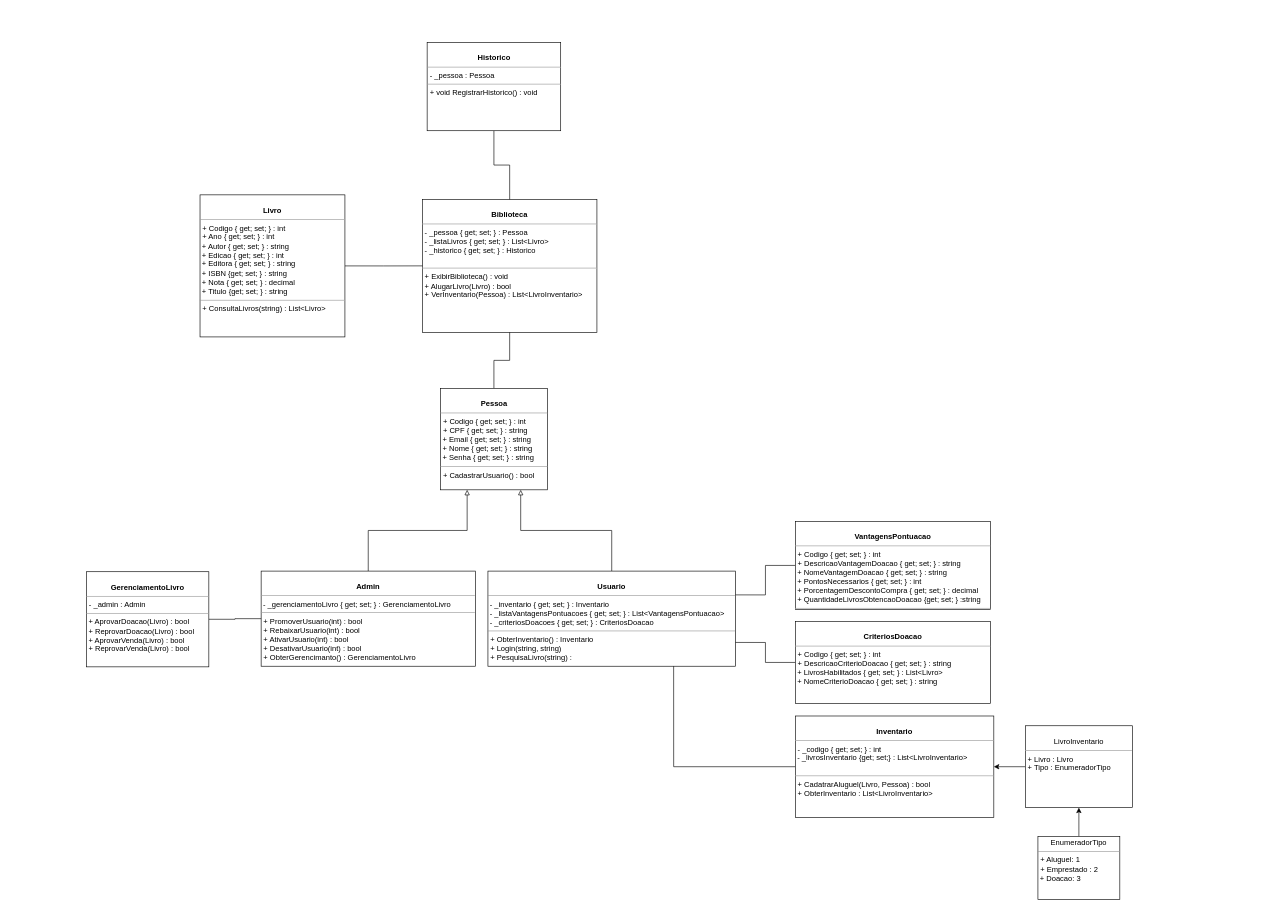
Before: novoDiagramaClasse.drawio in lucaspercisi/UFFS, a draw.io diagram. Source tidied: cells renumbered, new cells numbered last; positions are measured from the earlier drawing's top-left corner, leaving out a move shared by most shapes. Both pictures are drawn from the tidied source at 63%, with x=0, y=0 at pixel (86, 42).
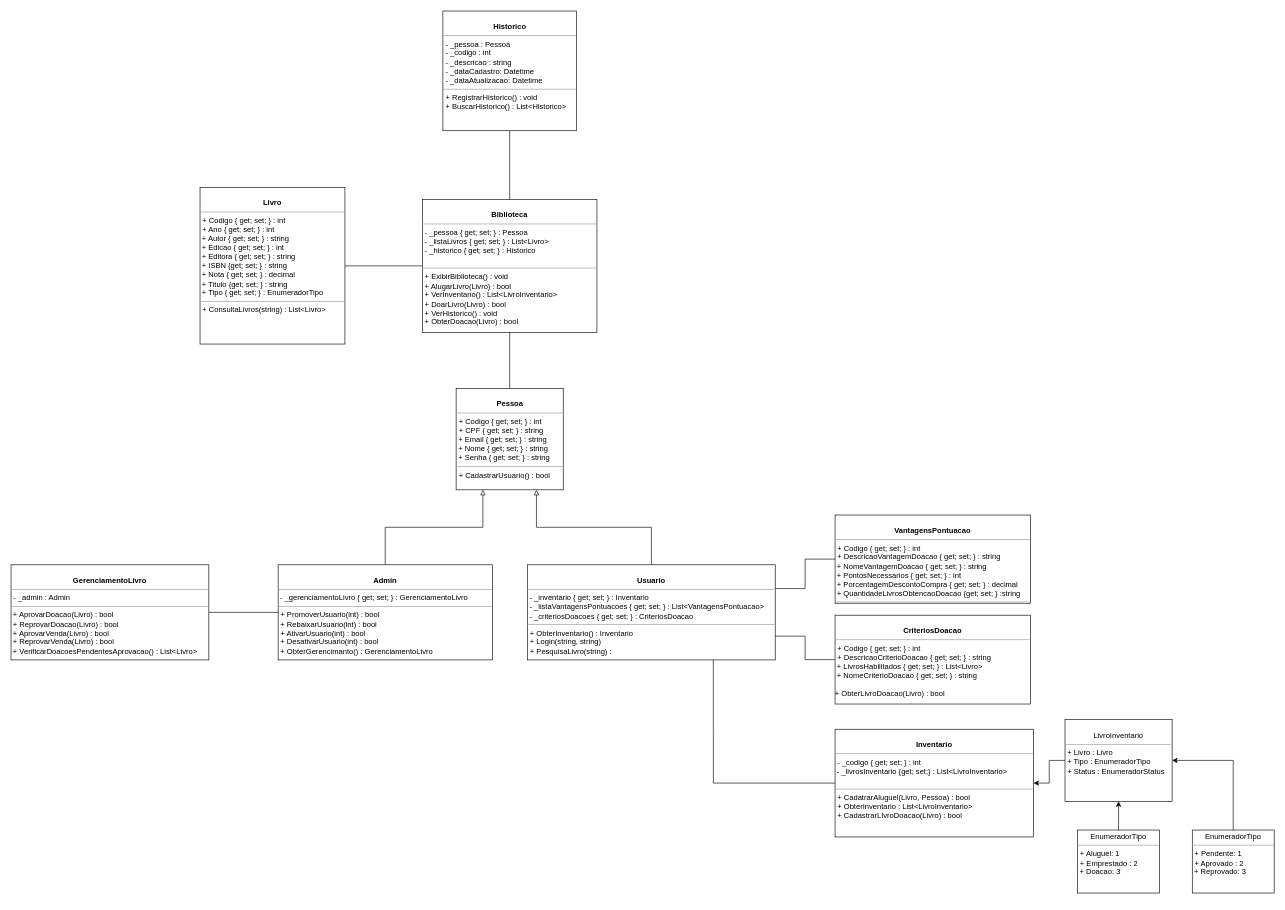
The same page after the edit.

What changed in the source:
```diff
@@
-    <mxCell id="2" value="&lt;p style=&quot;margin:0px;margin-top:4px;text-align:center;&quot;&gt;&lt;br&gt;&lt;b&gt;Biblioteca&lt;/b&gt;&lt;/p&gt;&lt;hr size=&quot;1&quot;&gt;&lt;p style=&quot;margin: 0px 0px 0px 4px;&quot;&gt;- _pessoa { get; set; } : Pessoa&lt;/p&gt;&lt;p style=&quot;margin: 0px 0px 0px 4px;&quot;&gt;- _listaLivros { get; set; } : List&amp;lt;Livro&amp;gt;&lt;/p&gt;&lt;p style=&quot;margin: 0px 0px 0px 4px;&quot;&gt;- _historico { get; set; } : Historico&lt;/p&gt;&lt;br&gt;&lt;hr size=&quot;1&quot;&gt;&lt;p style=&quot;margin:0px;margin-left:4px;&quot;&gt;+ ExibirBiblioteca() : void&lt;/p&gt;&lt;p style=&quot;margin:0px;margin-left:4px;&quot;&gt;+ AlugarLivro(Livro) : bool&lt;/p&gt;&lt;p style=&quot;margin:0px;margin-left:4px;&quot;&gt;+ VerInventario(Pessoa) : List&amp;lt;LivroInventario&amp;gt;&lt;/p&gt;" style="verticalAlign=top;align=left;overflow=fill;fontSize=12;fontFamily=Helvetica;html=1;rounded=0;shadow=0;comic=0;labelBackgroundColor=none;strokeWidth=1;" parent="1" vertex="1">
+    <mxCell id="2" value="&lt;p style=&quot;margin:0px;margin-top:4px;text-align:center;&quot;&gt;&lt;br&gt;&lt;b&gt;Biblioteca&lt;/b&gt;&lt;/p&gt;&lt;hr size=&quot;1&quot;&gt;&lt;p style=&quot;margin: 0px 0px 0px 4px;&quot;&gt;- _pessoa { get; set; } : Pessoa&lt;/p&gt;&lt;p style=&quot;margin: 0px 0px 0px 4px;&quot;&gt;- _listaLivros { get; set; } : List&amp;lt;Livro&amp;gt;&lt;/p&gt;&lt;p style=&quot;margin: 0px 0px 0px 4px;&quot;&gt;- _historico { get; set; } : Historico&lt;/p&gt;&lt;br&gt;&lt;hr size=&quot;1&quot;&gt;&lt;p style=&quot;margin:0px;margin-left:4px;&quot;&gt;+ ExibirBiblioteca() : void&lt;/p&gt;&lt;p style=&quot;margin:0px;margin-left:4px;&quot;&gt;+ AlugarLivro(Livro) : bool&lt;/p&gt;&lt;p style=&quot;margin:0px;margin-left:4px;&quot;&gt;+ VerInventario() : List&amp;lt;LivroInventario&amp;gt;&lt;/p&gt;&lt;p style=&quot;margin:0px;margin-left:4px;&quot;&gt;+ DoarLivro(Livro) : bool&lt;/p&gt;&lt;p style=&quot;margin:0px;margin-left:4px;&quot;&gt;+ VerHistorico() : void&lt;/p&gt;&lt;p style=&quot;margin:0px;margin-left:4px;&quot;&gt;+ ObterDoacao(Livro) : bool&lt;br&gt;&lt;/p&gt;" style="verticalAlign=top;align=left;overflow=fill;fontSize=12;fontFamily=Helvetica;html=1;rounded=0;shadow=0;comic=0;labelBackgroundColor=none;strokeWidth=1;" parent="1" vertex="1">
       <mxGeometry x="533" y="249" width="277" height="211" as="geometry" />
     </mxCell>
@@
     <mxCell id="4" value="&lt;p style=&quot;margin:0px;margin-top:4px;text-align:center;&quot;&gt;&lt;br&gt;&lt;b&gt;Pessoa&lt;/b&gt;&lt;/p&gt;&lt;hr size=&quot;1&quot;&gt;&lt;p style=&quot;margin: 0px 0px 0px 4px;&quot;&gt;+ Codigo { get; set; } : int&lt;/p&gt;&lt;p style=&quot;margin: 0px 0px 0px 4px;&quot;&gt;+ CPF { get; set; } : string&lt;/p&gt;&amp;nbsp;+ Email { get; set; } : string&amp;nbsp;&lt;br&gt;&amp;nbsp;+ Nome { get; set; } : string&lt;br&gt;&amp;nbsp;+ Senha { get; set; } : string&lt;br&gt;&lt;hr size=&quot;1&quot;&gt;&lt;p style=&quot;margin:0px;margin-left:4px;&quot;&gt;+ CadastrarUsuario() : bool&lt;br&gt;&lt;/p&gt;&lt;p style=&quot;margin:0px;margin-left:4px;&quot;&gt;&lt;br&gt;&lt;/p&gt;&lt;div&gt;&lt;br&gt;&lt;/div&gt;&lt;div&gt;&lt;br&gt;&lt;/div&gt;" style="verticalAlign=top;align=left;overflow=fill;fontSize=12;fontFamily=Helvetica;html=1;rounded=0;shadow=0;comic=0;labelBackgroundColor=none;strokeWidth=1;" parent="1" vertex="1">
-      <mxGeometry x="561.5" y="549" width="170" height="161" as="geometry" />
+      <mxGeometry x="586.5" y="549" width="170" height="161" as="geometry" />
     </mxCell>
@@
     <mxCell id="6" value="&lt;p style=&quot;margin:0px;margin-top:4px;text-align:center;&quot;&gt;&lt;br&gt;&lt;b&gt;Admin&lt;/b&gt;&lt;/p&gt;&lt;hr size=&quot;1&quot;&gt;&lt;p style=&quot;margin: 0px 0px 0px 4px;&quot;&gt;&lt;/p&gt;&amp;nbsp;- _gerenciamentoLivro { get; set; } : GerenciamentoLivro&lt;br&gt;&lt;hr size=&quot;1&quot;&gt;&lt;p style=&quot;margin:0px;margin-left:4px;&quot;&gt;+ PromoverUsuario(int) : bool&lt;/p&gt;&lt;p style=&quot;margin:0px;margin-left:4px;&quot;&gt;+ RebaixarUsuario(int) : bool&lt;br&gt;&lt;/p&gt;&lt;p style=&quot;margin:0px;margin-left:4px;&quot;&gt;+ AtivarUsuario(int) : bool&lt;br&gt;&lt;/p&gt;&lt;p style=&quot;margin:0px;margin-left:4px;&quot;&gt;+ DesativarUsuario(int) : bool&lt;br&gt;&lt;/p&gt;&lt;p style=&quot;margin:0px;margin-left:4px;&quot;&gt;+ ObterGerencimanto() : GerenciamentoLivro&lt;/p&gt;&lt;p style=&quot;margin:0px;margin-left:4px;&quot;&gt;&lt;br&gt;&lt;/p&gt;" style="verticalAlign=top;align=left;overflow=fill;fontSize=12;fontFamily=Helvetica;html=1;rounded=0;shadow=0;comic=0;labelBackgroundColor=none;strokeWidth=1;" parent="1" vertex="1">
-      <mxGeometry x="277" y="839" width="340" height="151" as="geometry" />
+      <mxGeometry x="304" y="829" width="340" height="151" as="geometry" />
     </mxCell>
@@
     <mxCell id="8" value="&lt;p style=&quot;margin:0px;margin-top:4px;text-align:center;&quot;&gt;&lt;br&gt;&lt;b&gt;Usuario&lt;/b&gt;&lt;/p&gt;&lt;hr size=&quot;1&quot;&gt;&lt;p style=&quot;margin: 0px 0px 0px 4px;&quot;&gt;&lt;/p&gt;&amp;nbsp;-&amp;nbsp;_inventario { get; set; } : Inventario&amp;nbsp;&lt;br&gt;&amp;nbsp;- _listaVantagensPontuacoes { get; set; } : List&amp;lt;VantagensPontuacao&amp;gt;&lt;br&gt;&amp;nbsp;- _criteriosDoacoes { get; set; } : CriteriosDoacao&lt;br&gt;&lt;hr size=&quot;1&quot;&gt;&lt;p style=&quot;margin:0px;margin-left:4px;&quot;&gt;+ ObterInventario() : Inventario&lt;/p&gt;&lt;p style=&quot;margin:0px;margin-left:4px;&quot;&gt;+ Login(string, string)&lt;/p&gt;&lt;p style=&quot;margin:0px;margin-left:4px;&quot;&gt;+ PesquisaLivro(string) : &lt;br&gt;&lt;/p&gt;&lt;p style=&quot;margin:0px;margin-left:4px;&quot;&gt;&lt;br&gt;&lt;/p&gt;&lt;p style=&quot;margin:0px;margin-left:4px;&quot;&gt;&lt;br&gt;&lt;/p&gt;" style="verticalAlign=top;align=left;overflow=fill;fontSize=12;fontFamily=Helvetica;html=1;rounded=0;shadow=0;comic=0;labelBackgroundColor=none;strokeWidth=1;" parent="1" vertex="1">
-      <mxGeometry x="637" y="839" width="393" height="151" as="geometry" />
+      <mxGeometry x="700" y="829" width="393" height="151" as="geometry" />
     </mxCell>
@@
-    <mxCell id="10" value="&lt;p style=&quot;margin:0px;margin-top:4px;text-align:center;&quot;&gt;&lt;br&gt;&lt;b&gt;Historico&lt;/b&gt;&lt;/p&gt;&lt;hr size=&quot;1&quot;&gt;&lt;p style=&quot;margin: 0px 0px 0px 4px;&quot;&gt;-&amp;nbsp;_pessoa : Pessoa&lt;br&gt;&lt;/p&gt;&lt;hr size=&quot;1&quot;&gt;&lt;p style=&quot;margin:0px;margin-left:4px;&quot;&gt;+ void RegistrarHistorico() : void&lt;br&gt;&lt;/p&gt;&lt;p style=&quot;margin:0px;margin-left:4px;&quot;&gt;&lt;br&gt;&lt;/p&gt;" style="verticalAlign=top;align=left;overflow=fill;fontSize=12;fontFamily=Helvetica;html=1;rounded=0;shadow=0;comic=0;labelBackgroundColor=none;strokeWidth=1;" parent="1" vertex="1">
-      <mxGeometry x="540.5" width="212" height="140" as="geometry" />
+    <mxCell id="10" value="&lt;p style=&quot;margin:0px;margin-top:4px;text-align:center;&quot;&gt;&lt;br&gt;&lt;b&gt;Historico&lt;/b&gt;&lt;/p&gt;&lt;hr size=&quot;1&quot;&gt;&lt;p style=&quot;margin: 0px 0px 0px 4px;&quot;&gt;-&amp;nbsp;_pessoa : Pessoa&lt;/p&gt;&lt;p style=&quot;margin: 0px 0px 0px 4px;&quot;&gt;- _codigo : int&lt;/p&gt;&lt;p style=&quot;margin: 0px 0px 0px 4px;&quot;&gt;- _descricao : string&lt;/p&gt;&lt;p style=&quot;margin: 0px 0px 0px 4px;&quot;&gt;- _dataCadastro: Datetime&lt;/p&gt;&lt;p style=&quot;margin: 0px 0px 0px 4px;&quot;&gt;- _dataAtualizacao: Datetime&lt;/p&gt;&lt;p style=&quot;margin: 0px 0px 0px 4px;&quot;&gt;&lt;/p&gt;&lt;hr size=&quot;1&quot;&gt;&lt;p style=&quot;margin:0px;margin-left:4px;&quot;&gt;+ RegistrarHistorico() : void&lt;/p&gt;&lt;p style=&quot;margin:0px;margin-left:4px;&quot;&gt;+ BuscarHistorico() : List&amp;lt;Historico&amp;gt;&lt;br&gt;&lt;/p&gt;&lt;p style=&quot;margin:0px;margin-left:4px;&quot;&gt;&lt;br&gt;&lt;/p&gt;" style="verticalAlign=top;align=left;overflow=fill;fontSize=12;fontFamily=Helvetica;html=1;rounded=0;shadow=0;comic=0;labelBackgroundColor=none;strokeWidth=1;" parent="1" vertex="1">
+      <mxGeometry x="565.5" y="-50" width="212" height="190" as="geometry" />
     </mxCell>
@@
     <mxCell id="12" value="&lt;p style=&quot;margin:0px;margin-top:4px;text-align:center;&quot;&gt;&lt;br&gt;&lt;b&gt;VantagensPontuacao&lt;/b&gt;&lt;/p&gt;&lt;hr size=&quot;1&quot;&gt;&lt;p style=&quot;margin: 0px 0px 0px 4px;&quot;&gt;+ Codigo { get; set; } : int&lt;/p&gt;&lt;p style=&quot;margin: 0px 0px 0px 4px;&quot;&gt;+ DescricaoVantagemDoacao { get; set; } : string&lt;/p&gt;&amp;nbsp;+ NomeVantagemDoacao { get; set; } : string&amp;nbsp;&lt;br&gt;&amp;nbsp;+ PontosNecessarios { get; set; } : int&lt;br&gt;&amp;nbsp;+ PorcentagemDescontoCompra { get; set; } : decimal&lt;br&gt;&amp;nbsp;+&amp;nbsp;QuantidadeLivrosObtencaoDoacao {get; set; } :string&lt;br&gt;&lt;hr size=&quot;1&quot;&gt;&lt;p style=&quot;margin:0px;margin-left:4px;&quot;&gt;&lt;br&gt;&lt;/p&gt;&lt;p style=&quot;margin:0px;margin-left:4px;&quot;&gt;&lt;br&gt;&lt;/p&gt;" style="verticalAlign=top;align=left;overflow=fill;fontSize=12;fontFamily=Helvetica;html=1;rounded=0;shadow=0;comic=0;labelBackgroundColor=none;strokeWidth=1;" parent="1" vertex="1">
-      <mxGeometry x="1125" y="760" width="310" height="140" as="geometry" />
+      <mxGeometry x="1188" y="750" width="310" height="140" as="geometry" />
     </mxCell>
@@
-    <mxCell id="14" value="&lt;p style=&quot;margin:0px;margin-top:4px;text-align:center;&quot;&gt;&lt;br&gt;&lt;b&gt;CriteriosDoacao&lt;/b&gt;&lt;br&gt;&lt;/p&gt;&lt;hr size=&quot;1&quot;&gt;&lt;p style=&quot;margin: 0px 0px 0px 4px;&quot;&gt;+ Codigo { get; set; } : int&lt;/p&gt;&lt;p style=&quot;margin: 0px 0px 0px 4px;&quot;&gt;+ DescricaoCriterioDoacao { get; set; } : string&lt;/p&gt;&amp;nbsp;+ LivrosHabilitados { get; set; } : List&amp;lt;Livro&amp;gt;&lt;br&gt;&amp;nbsp;+ NomeCriterioDoacao { get; set; } : string&lt;p style=&quot;margin:0px;margin-left:4px;&quot;&gt;&lt;br&gt;&lt;/p&gt;&lt;p style=&quot;margin:0px;margin-left:4px;&quot;&gt;&lt;br&gt;&lt;/p&gt;" style="verticalAlign=top;align=left;overflow=fill;fontSize=12;fontFamily=Helvetica;html=1;rounded=0;shadow=0;comic=0;labelBackgroundColor=none;strokeWidth=1;" parent="1" vertex="1">
-      <mxGeometry x="1125" y="919" width="310" height="130" as="geometry" />
+    <mxCell id="14" value="&lt;p style=&quot;margin:0px;margin-top:4px;text-align:center;&quot;&gt;&lt;br&gt;&lt;b&gt;CriteriosDoacao&lt;/b&gt;&lt;br&gt;&lt;/p&gt;&lt;hr size=&quot;1&quot;&gt;&lt;p style=&quot;margin: 0px 0px 0px 4px;&quot;&gt;+ Codigo { get; set; } : int&lt;/p&gt;&lt;p style=&quot;margin: 0px 0px 0px 4px;&quot;&gt;+ DescricaoCriterioDoacao { get; set; } : string&lt;/p&gt;&amp;nbsp;+ LivrosHabilitados { get; set; } : List&amp;lt;Livro&amp;gt;&lt;br&gt;&lt;div&gt;&amp;nbsp;+ NomeCriterioDoacao { get; set; } : string&lt;/div&gt;&lt;div&gt;&lt;br&gt;&lt;/div&gt;&lt;div&gt;+ ObterLivroDoacao(Livro) : bool&lt;/div&gt;&lt;p style=&quot;margin:0px;margin-left:4px;&quot;&gt;&lt;br&gt;&lt;/p&gt;&lt;p style=&quot;margin:0px;margin-left:4px;&quot;&gt;&lt;br&gt;&lt;/p&gt;" style="verticalAlign=top;align=left;overflow=fill;fontSize=12;fontFamily=Helvetica;html=1;rounded=0;shadow=0;comic=0;labelBackgroundColor=none;strokeWidth=1;" parent="1" vertex="1">
+      <mxGeometry x="1188" y="909" width="310" height="141" as="geometry" />
     </mxCell>
@@
-    <mxCell id="16" value="&lt;p style=&quot;margin:0px;margin-top:4px;text-align:center;&quot;&gt;&lt;br&gt;&lt;b&gt;GerenciamentoLivro&lt;/b&gt;&lt;/p&gt;&lt;hr size=&quot;1&quot;&gt;&lt;p style=&quot;margin: 0px 0px 0px 4px;&quot;&gt;&lt;span style=&quot;background-color: initial;&quot;&gt;- _admin : Admin&lt;/span&gt;&lt;/p&gt;&lt;hr size=&quot;1&quot;&gt;&lt;p style=&quot;margin:0px;margin-left:4px;&quot;&gt;&lt;/p&gt;&amp;nbsp;&lt;span style=&quot;background-color: initial;&quot;&gt;+ AprovarDoacao(Livro) : bool&lt;br&gt;&lt;/span&gt;&amp;nbsp;+ ReprovarDoacao(Livro) : bool&lt;br&gt;&amp;nbsp;+ AprovarVenda(Livro) : bool&lt;br&gt;&amp;nbsp;+ ReprovarVenda(Livro) : bool" style="verticalAlign=top;align=left;overflow=fill;fontSize=12;fontFamily=Helvetica;html=1;rounded=0;shadow=0;comic=0;labelBackgroundColor=none;strokeWidth=1;" parent="1" vertex="1">
-      <mxGeometry y="840" width="194" height="151" as="geometry" />
+    <mxCell id="16" value="&lt;p style=&quot;margin:0px;margin-top:4px;text-align:center;&quot;&gt;&lt;br&gt;&lt;b&gt;GerenciamentoLivro&lt;/b&gt;&lt;/p&gt;&lt;hr size=&quot;1&quot;&gt;&lt;p style=&quot;margin: 0px 0px 0px 4px;&quot;&gt;&lt;span style=&quot;background-color: initial;&quot;&gt;- _admin : Admin&lt;/span&gt;&lt;/p&gt;&lt;hr size=&quot;1&quot;&gt;&lt;p style=&quot;margin:0px;margin-left:4px;&quot;&gt;&lt;/p&gt;&amp;nbsp;&lt;span style=&quot;background-color: initial;&quot;&gt;+ AprovarDoacao(Livro) : bool&lt;br&gt;&lt;/span&gt;&amp;nbsp;+ ReprovarDoacao(Livro) : bool&lt;br&gt;&amp;nbsp;+ AprovarVenda(Livro) : bool&lt;br&gt;&lt;div&gt;&amp;nbsp;+ ReprovarVenda(Livro) : bool&lt;/div&gt;&lt;div&gt;&amp;nbsp;+ VerificarDoacoesPendentesAprovacao() : List&amp;lt;Livro&amp;gt;&lt;br&gt;&lt;/div&gt;" style="verticalAlign=top;align=left;overflow=fill;fontSize=12;fontFamily=Helvetica;html=1;rounded=0;shadow=0;comic=0;labelBackgroundColor=none;strokeWidth=1;" parent="1" vertex="1">
+      <mxGeometry x="-120" y="829" width="314" height="151" as="geometry" />
     </mxCell>
@@
-    <mxCell id="18" value="&lt;p style=&quot;margin:0px;margin-top:4px;text-align:center;&quot;&gt;&lt;br&gt;&lt;b&gt;Livro&lt;/b&gt;&lt;/p&gt;&lt;hr size=&quot;1&quot;&gt;&lt;p style=&quot;margin: 0px 0px 0px 4px;&quot;&gt;+ Codigo { get; set; } : int&lt;/p&gt;&lt;p style=&quot;margin: 0px 0px 0px 4px;&quot;&gt;+ Ano { get; set; } : int&lt;/p&gt;&amp;nbsp;+ Autor { get; set; } : string&amp;nbsp;&lt;br&gt;&amp;nbsp;+ Edicao { get; set; } : int&lt;br&gt;&amp;nbsp;+ Editora { get; set; } : string&lt;br&gt;&amp;nbsp;+&amp;nbsp;ISBN {get; set; } : string&lt;br&gt;&amp;nbsp;+ Nota { get; set; } : decimal&lt;br&gt;&amp;nbsp;+&amp;nbsp;Titulo {get; set; } : string&lt;br&gt;&lt;hr size=&quot;1&quot;&gt;&lt;p style=&quot;margin:0px;margin-left:4px;&quot;&gt;+ ConsultaLivros(string) : List&amp;lt;Livro&amp;gt;&lt;/p&gt;&lt;p style=&quot;margin:0px;margin-left:4px;&quot;&gt;&lt;br&gt;&lt;/p&gt;" style="verticalAlign=top;align=left;overflow=fill;fontSize=12;fontFamily=Helvetica;html=1;rounded=0;shadow=0;comic=0;labelBackgroundColor=none;strokeWidth=1;" parent="1" vertex="1">
-      <mxGeometry x="180" y="241.8" width="230" height="225.5" as="geometry" />
+    <mxCell id="18" value="&lt;p style=&quot;margin:0px;margin-top:4px;text-align:center;&quot;&gt;&lt;br&gt;&lt;b&gt;Livro&lt;/b&gt;&lt;/p&gt;&lt;hr size=&quot;1&quot;&gt;&lt;p style=&quot;margin: 0px 0px 0px 4px;&quot;&gt;+ Codigo { get; set; } : int&lt;/p&gt;&lt;p style=&quot;margin: 0px 0px 0px 4px;&quot;&gt;+ Ano { get; set; } : int&lt;/p&gt;&amp;nbsp;+ Autor { get; set; } : string&amp;nbsp;&lt;br&gt;&amp;nbsp;+ Edicao { get; set; } : int&lt;br&gt;&amp;nbsp;+ Editora { get; set; } : string&lt;br&gt;&amp;nbsp;+&amp;nbsp;ISBN {get; set; } : string&lt;br&gt;&amp;nbsp;+ Nota { get; set; } : decimal&lt;br&gt;&lt;div&gt;&amp;nbsp;+&amp;nbsp;Titulo {get; set; } : string&lt;/div&gt;&lt;div&gt;&amp;nbsp;+ Tipo { get; set; } : EnumeradorTipo&lt;br&gt;&lt;/div&gt;&lt;hr size=&quot;1&quot;&gt;&lt;p style=&quot;margin:0px;margin-left:4px;&quot;&gt;+ ConsultaLivros(string) : List&amp;lt;Livro&amp;gt;&lt;/p&gt;&lt;p style=&quot;margin:0px;margin-left:4px;&quot;&gt;&lt;br&gt;&lt;/p&gt;" style="verticalAlign=top;align=left;overflow=fill;fontSize=12;fontFamily=Helvetica;html=1;rounded=0;shadow=0;comic=0;labelBackgroundColor=none;strokeWidth=1;" parent="1" vertex="1">
+      <mxGeometry x="180" y="230.4" width="230" height="248.2" as="geometry" />
     </mxCell>
@@
-    <mxCell id="20" value="&lt;p style=&quot;margin:0px;margin-top:4px;text-align:center;&quot;&gt;&lt;br&gt;&lt;b&gt;Inventario&lt;/b&gt;&lt;/p&gt;&lt;hr size=&quot;1&quot;&gt;&lt;p style=&quot;margin: 0px 0px 0px 4px;&quot;&gt;&lt;span style=&quot;background-color: initial;&quot;&gt;- _codigo { get; set; } : int&lt;/span&gt;&lt;br&gt;&lt;/p&gt;&lt;div&gt;&amp;nbsp;- _livrosInventario {get; set;} : List&amp;lt;LivroInventario&amp;gt;&lt;br&gt;&lt;/div&gt;&lt;div&gt;&lt;br&gt;&lt;/div&gt;&lt;hr size=&quot;1&quot;&gt;&lt;p style=&quot;margin:0px;margin-left:4px;&quot;&gt;+ CadatrarAluguel(Livro, Pessoa) : bool&lt;br&gt;&lt;/p&gt;&lt;p style=&quot;margin:0px;margin-left:4px;&quot;&gt;+ ObterInventario : List&amp;lt;LivroInventario&amp;gt;&lt;br&gt;&lt;/p&gt;" style="verticalAlign=top;align=left;overflow=fill;fontSize=12;fontFamily=Helvetica;html=1;rounded=0;shadow=0;comic=0;labelBackgroundColor=none;strokeWidth=1;" parent="1" vertex="1">
-      <mxGeometry x="1125" y="1069" width="315" height="161" as="geometry" />
+    <mxCell id="20" value="&lt;p style=&quot;margin:0px;margin-top:4px;text-align:center;&quot;&gt;&lt;br&gt;&lt;b&gt;Inventario&lt;/b&gt;&lt;/p&gt;&lt;hr size=&quot;1&quot;&gt;&lt;p style=&quot;margin: 0px 0px 0px 4px;&quot;&gt;&lt;span style=&quot;background-color: initial;&quot;&gt;- _codigo { get; set; } : int&lt;/span&gt;&lt;br&gt;&lt;/p&gt;&lt;div&gt;&amp;nbsp;- _livrosInventario {get; set;} : List&amp;lt;LivroInventario&amp;gt;&lt;br&gt;&lt;/div&gt;&lt;div&gt;&lt;br&gt;&lt;/div&gt;&lt;hr size=&quot;1&quot;&gt;&lt;p style=&quot;margin:0px;margin-left:4px;&quot;&gt;+ CadatrarAluguel(Livro, Pessoa) : bool&lt;br&gt;&lt;/p&gt;&lt;p style=&quot;margin:0px;margin-left:4px;&quot;&gt;+ ObterInventario : List&amp;lt;LivroInventario&amp;gt;&lt;/p&gt;&lt;p style=&quot;margin:0px;margin-left:4px;&quot;&gt;+ CadastrarLIvroDoacao(Livro) : bool&lt;/p&gt;&lt;p style=&quot;margin:0px;margin-left:4px;&quot;&gt;&lt;br&gt;&lt;/p&gt;" style="verticalAlign=top;align=left;overflow=fill;fontSize=12;fontFamily=Helvetica;html=1;rounded=0;shadow=0;comic=0;labelBackgroundColor=none;strokeWidth=1;" parent="1" vertex="1">
+      <mxGeometry x="1188" y="1090" width="315" height="171" as="geometry" />
     </mxCell>
@@
-    <mxCell id="22" value="&lt;p style=&quot;margin:0px;margin-top:4px;text-align:center;&quot;&gt;&lt;br&gt;LivroInventario&lt;/p&gt;&lt;hr size=&quot;1&quot;&gt;&lt;p style=&quot;margin: 0px 0px 0px 4px;&quot;&gt;+ Livro : Livro&lt;/p&gt;&lt;p style=&quot;margin: 0px 0px 0px 4px;&quot;&gt;+ Tipo : EnumeradorTipo&lt;br&gt;&lt;/p&gt;&lt;p style=&quot;margin:0px;margin-left:4px;&quot;&gt;&lt;br&gt;&lt;/p&gt;&lt;p style=&quot;margin:0px;margin-left:4px;&quot;&gt;&lt;br&gt;&lt;/p&gt;" style="verticalAlign=top;align=left;overflow=fill;fontSize=12;fontFamily=Helvetica;html=1;rounded=0;shadow=0;comic=0;labelBackgroundColor=none;strokeWidth=1;" parent="1" vertex="1">
-      <mxGeometry x="1490" y="1084.5" width="170" height="130" as="geometry" />
+    <mxCell id="22" value="&lt;p style=&quot;margin:0px;margin-top:4px;text-align:center;&quot;&gt;&lt;br&gt;LivroInventario&lt;/p&gt;&lt;hr size=&quot;1&quot;&gt;&lt;p style=&quot;margin: 0px 0px 0px 4px;&quot;&gt;+ Livro : Livro&lt;/p&gt;&lt;p style=&quot;margin: 0px 0px 0px 4px;&quot;&gt;+ Tipo : EnumeradorTipo&lt;/p&gt;&lt;p style=&quot;margin: 0px 0px 0px 4px;&quot;&gt;+ Status : EnumeradorStatus&lt;br&gt;&lt;/p&gt;&lt;p style=&quot;margin:0px;margin-left:4px;&quot;&gt;&lt;br&gt;&lt;/p&gt;&lt;p style=&quot;margin:0px;margin-left:4px;&quot;&gt;&lt;br&gt;&lt;/p&gt;" style="verticalAlign=top;align=left;overflow=fill;fontSize=12;fontFamily=Helvetica;html=1;rounded=0;shadow=0;comic=0;labelBackgroundColor=none;strokeWidth=1;" parent="1" vertex="1">
+      <mxGeometry x="1553" y="1074.5" width="170" height="130" as="geometry" />
     </mxCell>
@@
     <mxCell id="24" value="&lt;p style=&quot;margin:0px;margin-top:4px;text-align:center;&quot;&gt;EnumeradorTipo&lt;/p&gt;&lt;hr size=&quot;1&quot;&gt;&lt;p style=&quot;margin: 0px 0px 0px 4px;&quot;&gt;+ Aluguel: 1&lt;/p&gt;&lt;p style=&quot;margin: 0px 0px 0px 4px;&quot;&gt;+ Emprestado : 2&lt;/p&gt;&amp;nbsp;+ Doacao: 3&lt;br&gt;&lt;p style=&quot;margin:0px;margin-left:4px;&quot;&gt;&lt;br&gt;&lt;/p&gt;&lt;p style=&quot;margin:0px;margin-left:4px;&quot;&gt;&lt;br&gt;&lt;/p&gt;" style="verticalAlign=top;align=left;overflow=fill;fontSize=12;fontFamily=Helvetica;html=1;rounded=0;shadow=0;comic=0;labelBackgroundColor=none;strokeWidth=1;" parent="1" vertex="1">
-      <mxGeometry x="1510" y="1260" width="130" height="100" as="geometry" />
+      <mxGeometry x="1573" y="1250" width="130" height="100" as="geometry" />
     </mxCell>
+    <mxCell id="25" style="edgeStyle=orthogonalEdgeStyle;rounded=0;jettySize=auto;html=1;exitX=0.5;exitY=0;exitDx=0;exitDy=0;entryX=1;entryY=0.5;entryDx=0;entryDy=0;" parent="1" edge="1" source="26" target="22">
+      <mxGeometry relative="1" as="geometry" />
+    </mxCell>
+    <mxCell id="26" value="&lt;p style=&quot;margin:0px;margin-top:4px;text-align:center;&quot;&gt;EnumeradorTipo&lt;/p&gt;&lt;hr size=&quot;1&quot;&gt;&lt;p style=&quot;margin: 0px 0px 0px 4px;&quot;&gt;+ Pendente: 1&lt;/p&gt;&lt;p style=&quot;margin: 0px 0px 0px 4px;&quot;&gt;+ Aprovado : 2&lt;/p&gt;&amp;nbsp;+ Reprovado: 3&lt;br&gt;&lt;p style=&quot;margin:0px;margin-left:4px;&quot;&gt;&lt;br&gt;&lt;/p&gt;&lt;p style=&quot;margin:0px;margin-left:4px;&quot;&gt;&lt;br&gt;&lt;/p&gt;" style="verticalAlign=top;align=left;overflow=fill;fontSize=12;fontFamily=Helvetica;html=1;rounded=0;shadow=0;comic=0;labelBackgroundColor=none;strokeWidth=1;" parent="1" vertex="1">
+      <mxGeometry x="1755" y="1250" width="130" height="100" as="geometry" />
+    </mxCell>
```
